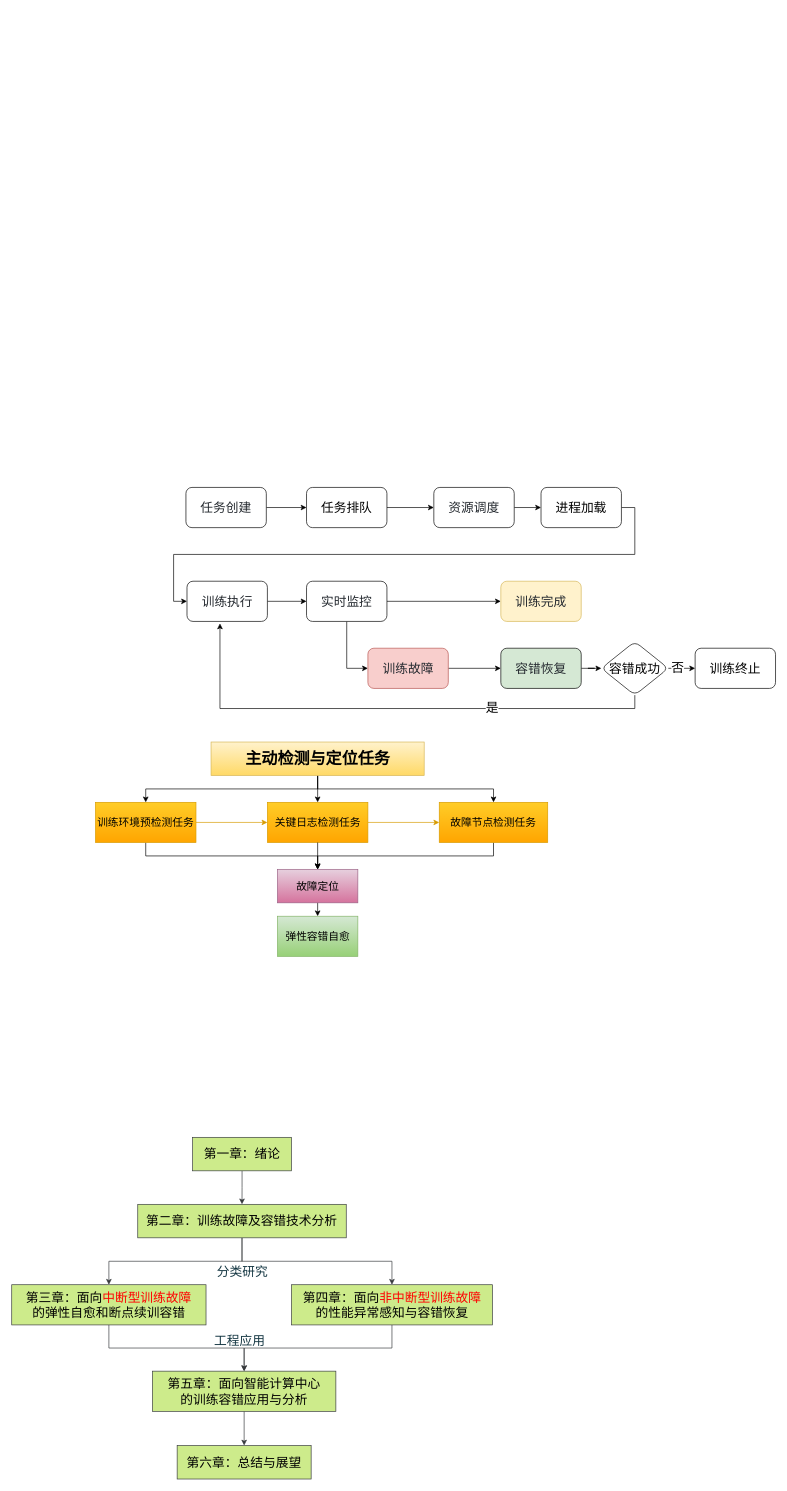
This is 未命名绘图.drawio from Pistachiout/Pistachiout.github.io, a draw.io file, before an edit. Source tidied: cells renumbered, new cells numbered last; positions are measured from the earlier drawing's top-left corner, leaving out a move shared by most shapes. Both pictures are drawn from the tidied source at 67%, with x=0, y=0 at pixel (11, 487).
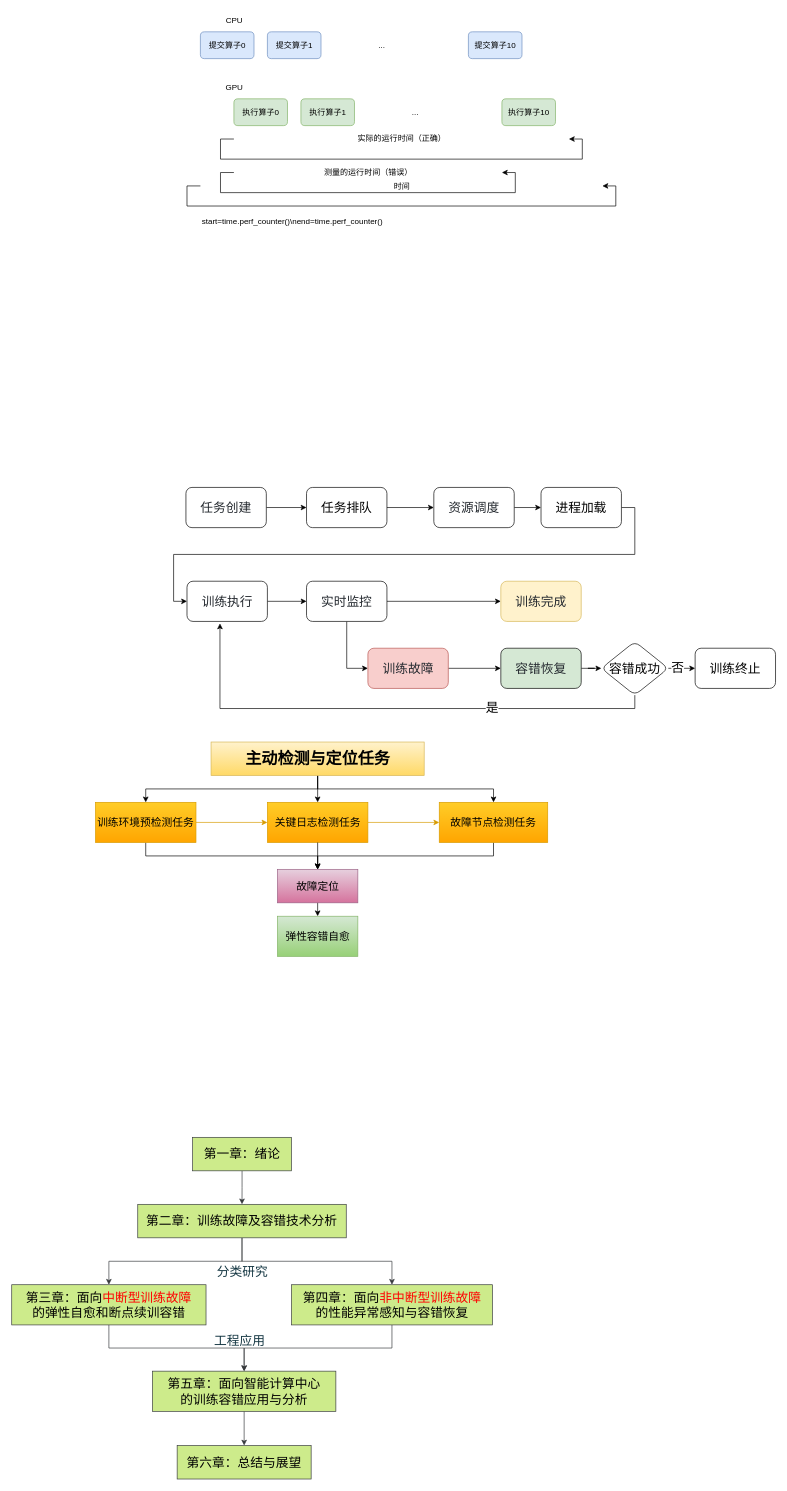
The same diagram, later.

Commit message:
更新未命名绘图.drawio

What changed in the source:
```diff
@@
+    <mxCell id="57" value="CPU" style="text;html=1;align=center;verticalAlign=top;fontSize=12;" parent="1" vertex="1">
+      <mxGeometry x="281.6" y="-710" width="100" height="20" as="geometry" />
+    </mxCell>
+    <mxCell id="58" value="提交算子0" style="rounded=1;whiteSpace=wrap;html=1;fillColor=#DAE8FC;strokeColor=#6C8EBF;fontSize=12;" parent="1" vertex="1">
+      <mxGeometry x="281.6" y="-680" width="80" height="40" as="geometry" />
+    </mxCell>
+    <mxCell id="59" value="提交算子1" style="rounded=1;whiteSpace=wrap;html=1;fillColor=#DAE8FC;strokeColor=#6C8EBF;fontSize=12;" parent="1" vertex="1">
+      <mxGeometry x="381.6" y="-680" width="80" height="40" as="geometry" />
+    </mxCell>
+    <mxCell id="60" value="提交算子10" style="rounded=1;whiteSpace=wrap;html=1;fillColor=#DAE8FC;strokeColor=#6C8EBF;fontSize=12;" parent="1" vertex="1">
+      <mxGeometry x="681.6" y="-680" width="80" height="40" as="geometry" />
+    </mxCell>
+    <mxCell id="61" value="..." style="text;html=1;align=center;verticalAlign=middle;fontSize=12;" parent="1" vertex="1">
+      <mxGeometry x="531.6" y="-680" width="40" height="40" as="geometry" />
+    </mxCell>
+    <mxCell id="62" value="GPU" style="text;html=1;align=center;verticalAlign=top;fontSize=12;" parent="1" vertex="1">
+      <mxGeometry x="281.6" y="-610" width="100" height="20" as="geometry" />
+    </mxCell>
+    <mxCell id="63" value="执行算子0" style="rounded=1;whiteSpace=wrap;html=1;fillColor=#D5E8D4;strokeColor=#82B366;fontSize=12;" parent="1" vertex="1">
+      <mxGeometry x="331.6" y="-580" width="80" height="40" as="geometry" />
+    </mxCell>
+    <mxCell id="64" value="执行算子1" style="rounded=1;whiteSpace=wrap;html=1;fillColor=#D5E8D4;strokeColor=#82B366;fontSize=12;" parent="1" vertex="1">
+      <mxGeometry x="431.6" y="-580" width="80" height="40" as="geometry" />
+    </mxCell>
+    <mxCell id="65" value="执行算子10" style="rounded=1;whiteSpace=wrap;html=1;fillColor=#D5E8D4;strokeColor=#82B366;fontSize=12;" parent="1" vertex="1">
+      <mxGeometry x="731.6" y="-580" width="80" height="40" as="geometry" />
+    </mxCell>
+    <mxCell id="66" value="..." style="text;html=1;align=center;verticalAlign=middle;fontSize=12;" parent="1" vertex="1">
+      <mxGeometry x="581.6" y="-580" width="40" height="40" as="geometry" />
+    </mxCell>
+    <mxCell id="67" value="时间" style="text;html=1;align=center;verticalAlign=bottom;fontSize=12;" parent="1" vertex="1">
+      <mxGeometry x="281.6" y="-460" width="600" height="20" as="geometry" />
+    </mxCell>
+    <mxCell id="68" style="edgeStyle=orthogonalEdgeStyle;rounded=0;orthogonalLoop=1;jettySize=auto;html=1;exitX=0;exitY=0.5;exitDx=0;exitDy=0;entryX=1;entryY=0.5;entryDx=0;entryDy=0;" parent="1" edge="1" source="67" target="67">
+      <mxGeometry relative="1" as="geometry" />
+    </mxCell>
+    <mxCell id="69" value="实际的运行时间（正确）" style="text;html=1;align=center;verticalAlign=middle;fontSize=12;" parent="1" vertex="1">
+      <mxGeometry x="331.6" y="-530" width="500" height="20" as="geometry" />
+    </mxCell>
+    <mxCell id="70" style="edgeStyle=orthogonalEdgeStyle;rounded=0;orthogonalLoop=1;jettySize=auto;html=1;exitX=0;exitY=0.5;exitDx=0;exitDy=0;entryX=1;entryY=0.5;entryDx=0;entryDy=0;" parent="1" edge="1" source="69" target="69">
+      <mxGeometry relative="1" as="geometry" />
+    </mxCell>
+    <mxCell id="71" value="测量的运行时间（错误）" style="text;html=1;align=center;verticalAlign=middle;fontSize=12;" parent="1" vertex="1">
+      <mxGeometry x="331.6" y="-480" width="400" height="20" as="geometry" />
+    </mxCell>
+    <mxCell id="72" style="edgeStyle=orthogonalEdgeStyle;rounded=0;orthogonalLoop=1;jettySize=auto;html=1;exitX=0;exitY=0.5;exitDx=0;exitDy=0;entryX=1;entryY=0.5;entryDx=0;entryDy=0;" parent="1" edge="1" source="71" target="71">
+      <mxGeometry relative="1" as="geometry" />
+    </mxCell>
+    <mxCell id="73" value="start=time.perf_counter()\nend=time.perf_counter()" style="text;html=1;align=left;verticalAlign=top;fontSize=12;" parent="1" vertex="1">
+      <mxGeometry x="281.6" y="-410" width="200" height="40" as="geometry" />
+    </mxCell>
```
